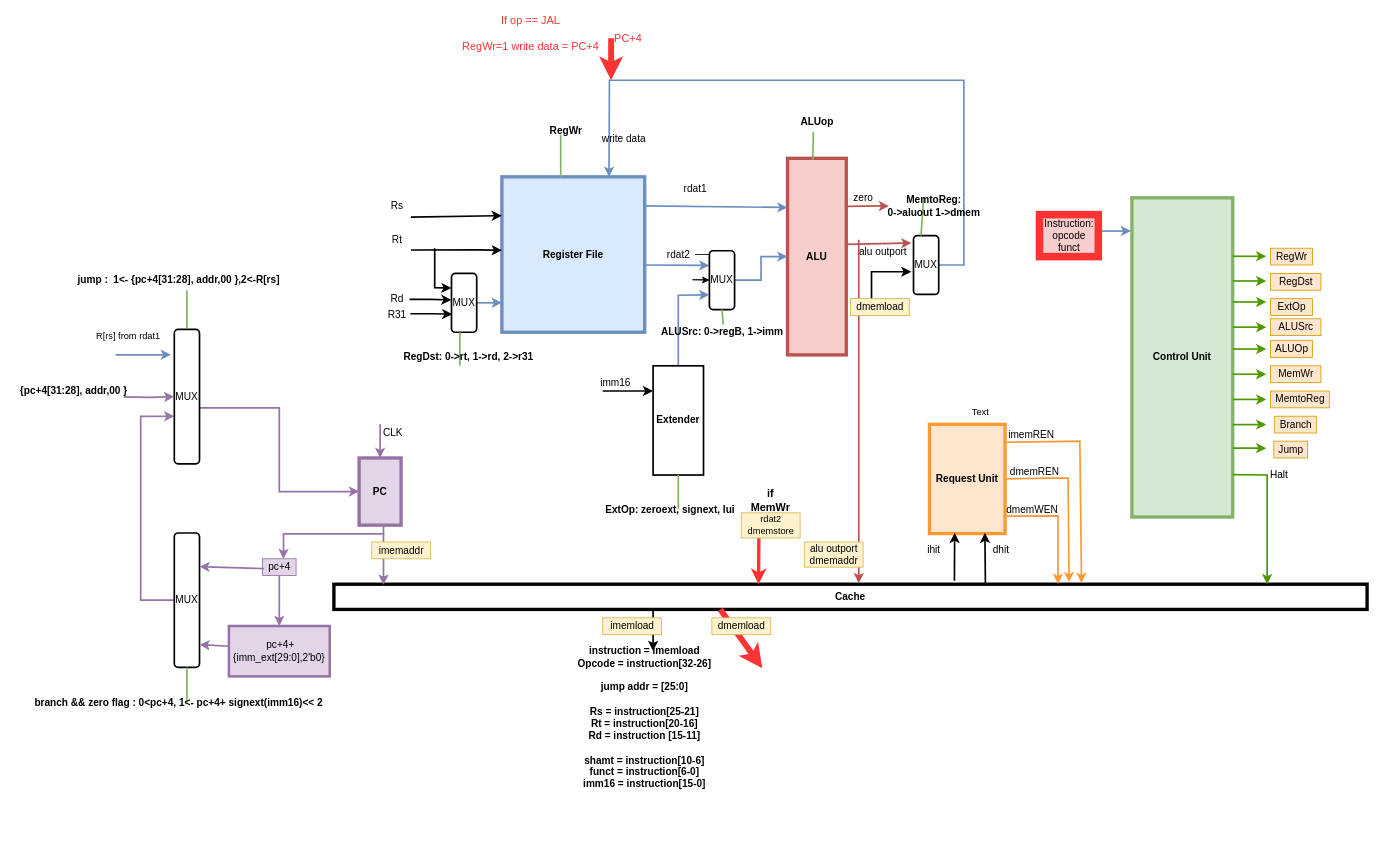
vickyfyq/ece437 keeps this draw.io diagram as single_cycle.drawio. Above is the earlier version. Source tidied: cells renumbered, new cells numbered last; positions are measured from the earlier drawing's top-left corner, leaving out a move shared by most shapes. Both pictures are drawn from the tidied source at 84%, with x=0, y=0 at pixel (14, 21).
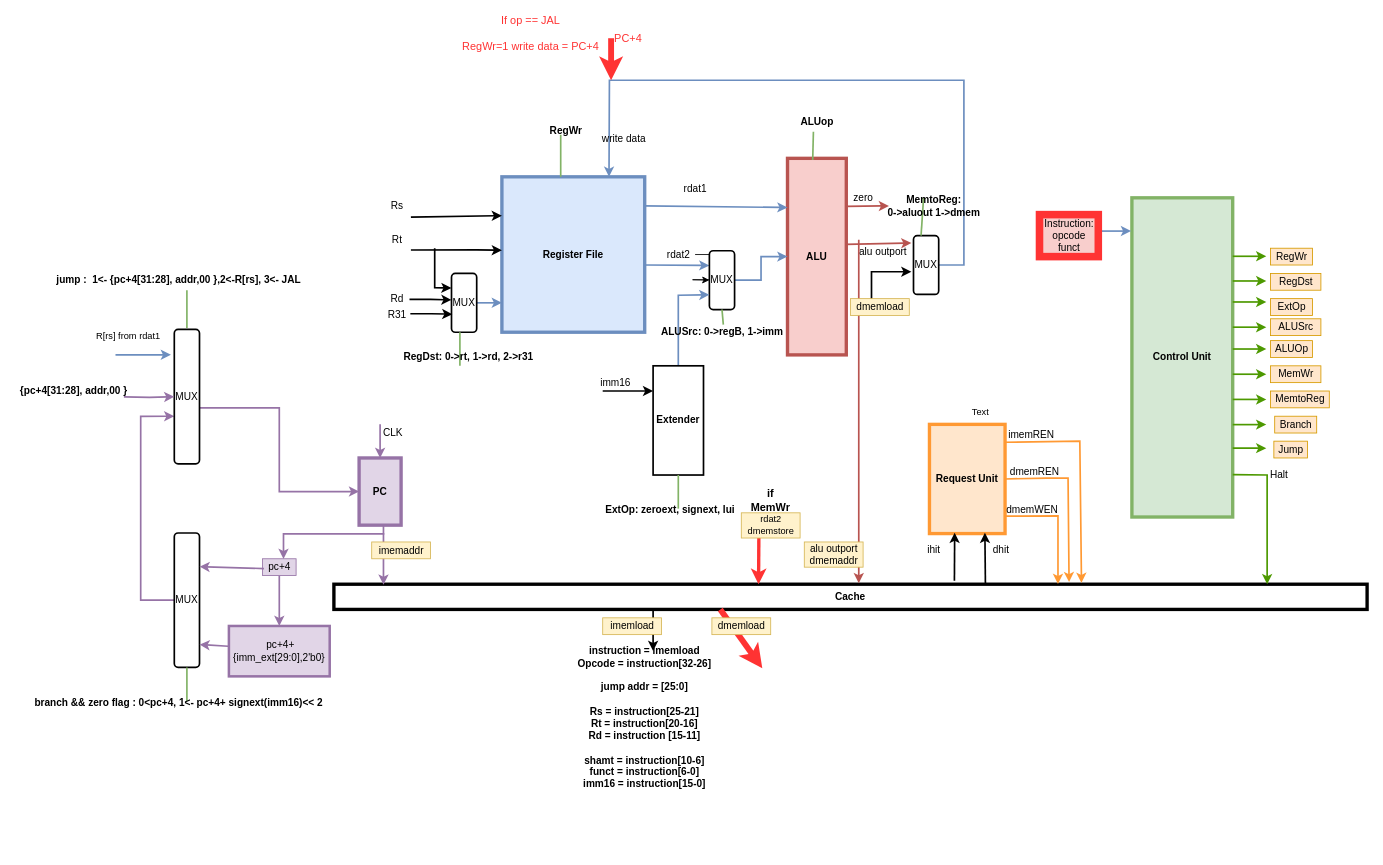
The same page after the edit.

Change to the diagram source:
```diff
@@
-    <mxCell id="106" value="jump :&amp;nbsp; 1&amp;lt;- {pc+4[31:28], addr,00 },2&amp;lt;-R[rs]" style="text;html=1;align=center;verticalAlign=middle;strokeColor=none;fillColor=none;fontColor=#000000;fontStyle=1;" parent="1" vertex="1">
-      <mxGeometry x="65" y="298" width="260" height="20" as="geometry" />
+    <mxCell id="106" value="jump :&amp;nbsp; 1&amp;lt;- {pc+4[31:28], addr,00 },2&amp;lt;-R[rs], 3&amp;lt;- JAL" style="text;html=1;align=center;verticalAlign=middle;strokeColor=none;fillColor=none;fontColor=#000000;fontStyle=1;" parent="1" vertex="1">
+      <mxGeometry x="40" y="298" width="310" height="20" as="geometry" />
     </mxCell>
```
